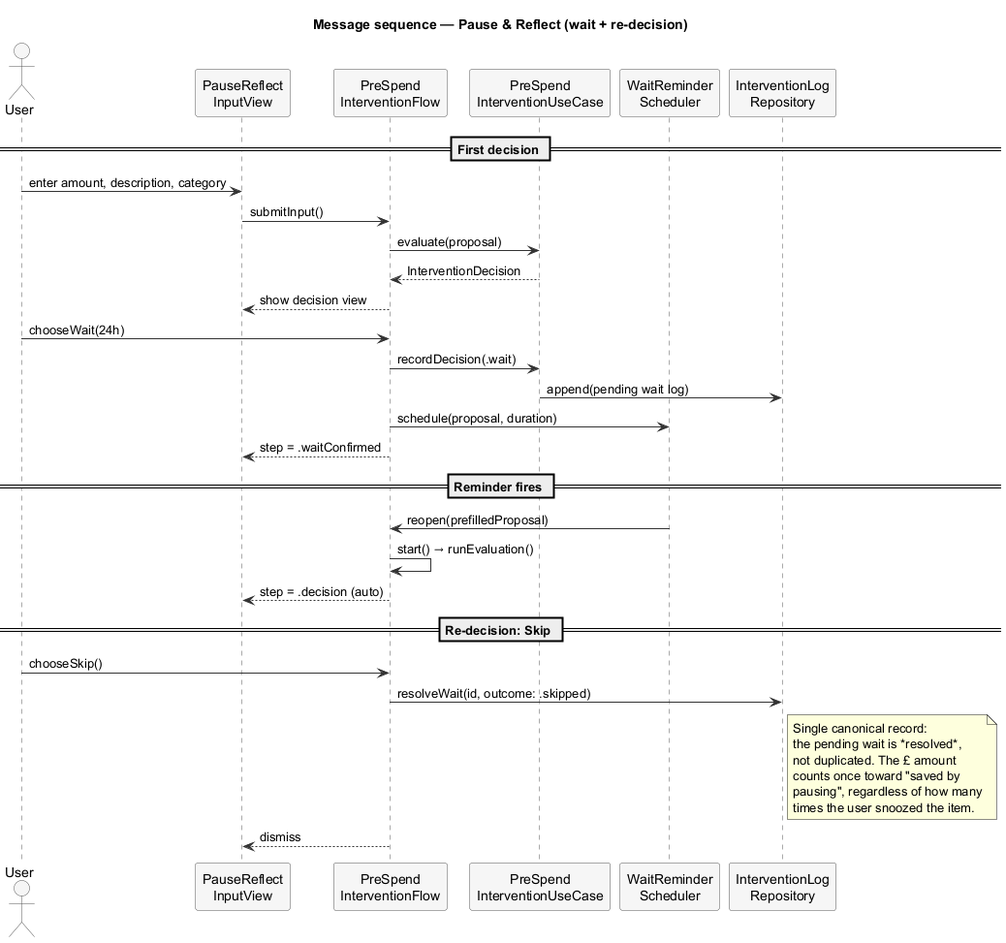
beckz001/Bujet keeps this PlantUML diagram as portfolio_diagrams/Sequence_PauseReflect_WaitRedecision.png. Above is the earlier version.
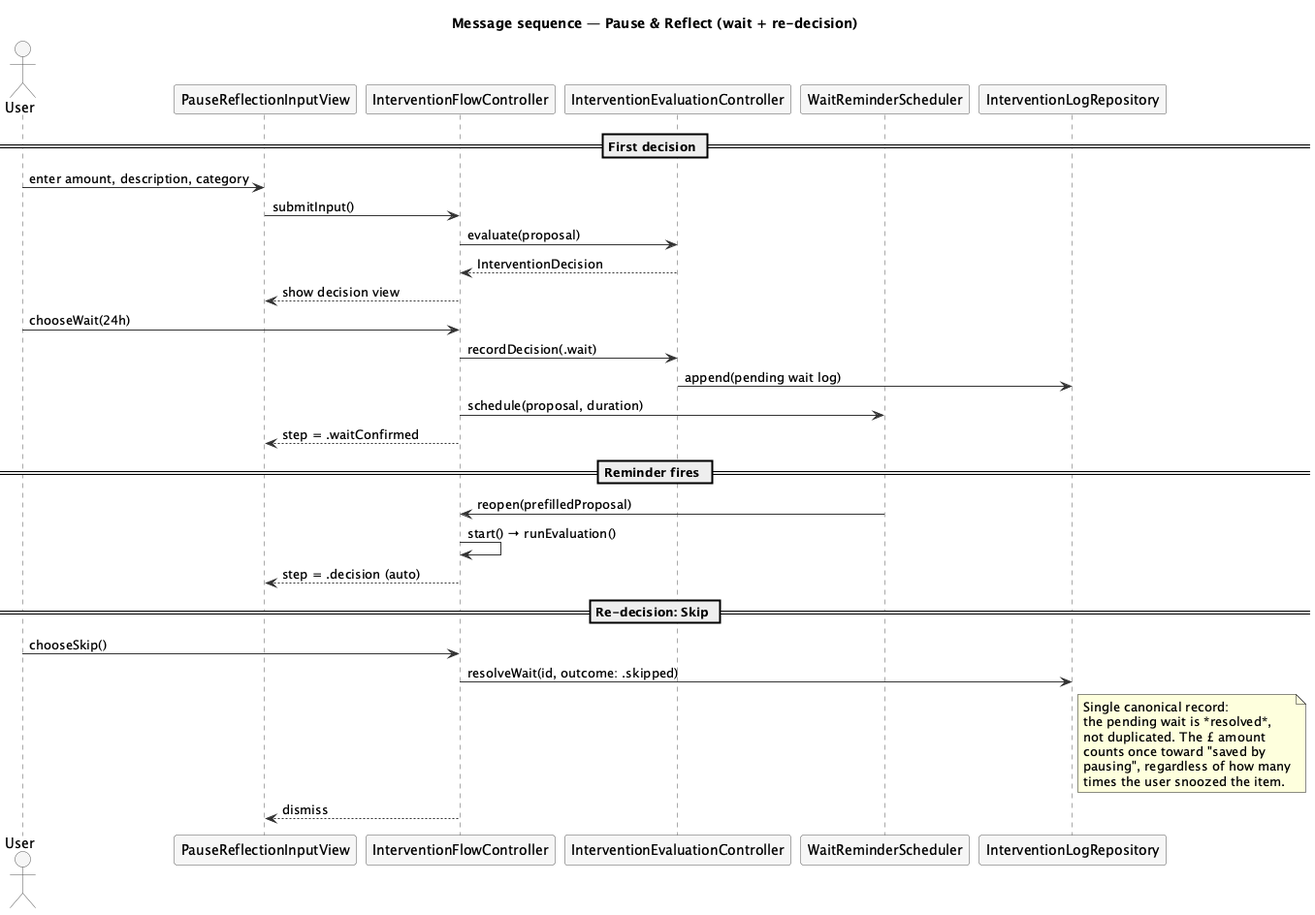
Above is the later version.

Commit message:
Initial category changed to bills. PUML diagrams modified slightly.

The edit, as a diff of the source:
```diff
@@ -12,11 +12,11 @@
 }
 
 actor User
-participant "PauseReflect\nInputView"          as Input
-participant "PreSpend\nInterventionFlow"       as Flow
-participant "PreSpend\nInterventionUseCase"    as UseCase
-participant "WaitReminder\nScheduler"          as Sched
-participant "InterventionLog\nRepository"      as LogRepo
+participant "PauseReflectionInputView"          as Input
+participant "InterventionFlowController"       as Flow
+participant "InterventionEvaluationController"    as UseCase
+participant "WaitReminderScheduler"          as Sched
+participant "InterventionLogRepository"      as LogRepo
 
 == First decision ==
 User -> Input : enter amount, description, category
```
